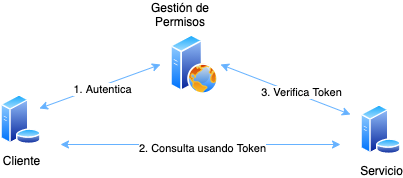
Before: keycloak-jwt.png, a diagram exported from draw.io (egobsv/keycloak). Source tidied: cells renumbered, new cells last; positions are measured from the earlier drawing's top-left corner, leaving out a move shared by most shapes. Its diagram source:
```xml
<mxGraphModel>
  <root>
    <mxCell id="0" />
    <mxCell id="1" parent="0" />
    <mxCell id="2" style="perimeter=ellipsePerimeter;html=1;align=center;shadow=0;dashed=0;spacingTop=3;image;image=img/lib/active_directory/web_server.svg;" parent="1" vertex="1">
      <mxGeometry x="170" y="30" width="48" height="60" as="geometry" />
    </mxCell>
    <mxCell id="3" value="Servicio" style="perimeter=ellipsePerimeter;html=1;align=center;shadow=0;dashed=0;spacingTop=3;image;image=img/lib/active_directory/database_server.svg;" parent="1" vertex="1">
      <mxGeometry x="360" y="100" width="41" height="50" as="geometry" />
    </mxCell>
    <mxCell id="4" value="Cliente" style="perimeter=ellipsePerimeter;html=1;align=center;shadow=0;dashed=0;spacingTop=3;image;image=img/lib/active_directory/database_server.svg;" parent="1" vertex="1">
      <mxGeometry y="90" width="41" height="50" as="geometry" />
    </mxCell>
    <mxCell id="5" style="endArrow=classic;html=1;strokeColor=#66B2FF;exitX=1;exitY=0.25;exitDx=0;exitDy=0;startArrow=classic;startFill=1;" parent="1" edge="1" source="4">
      <mxGeometry relative="1" as="geometry">
        <mxPoint x="160" y="60" as="targetPoint" />
      </mxGeometry>
    </mxCell>
    <mxCell id="6" value="1. Autentica" style="edgeLabel;html=1;align=center;verticalAlign=middle;" parent="5" vertex="1">
      <mxGeometry x="0.01" y="-3" relative="1" as="geometry" />
    </mxCell>
    <mxCell id="7" style="endArrow=classic;html=1;strokeColor=#66B2FF;startArrow=classic;startFill=1;" parent="1" edge="1">
      <mxGeometry relative="1" as="geometry">
        <mxPoint x="350" y="110" as="sourcePoint" />
        <mxPoint x="220" y="60" as="targetPoint" />
      </mxGeometry>
    </mxCell>
    <mxCell id="8" value="3. Verifica Token" style="edgeLabel;html=1;align=center;verticalAlign=middle;" parent="7" vertex="1">
      <mxGeometry x="-0.22" y="-3" relative="1" as="geometry" />
    </mxCell>
    <mxCell id="9" style="endArrow=classic;html=1;strokeColor=#66B2FF;startArrow=classic;startFill=1;" parent="1" edge="1">
      <mxGeometry relative="1" as="geometry">
        <mxPoint x="60" y="140" as="sourcePoint" />
        <mxPoint x="340" y="140" as="targetPoint" />
      </mxGeometry>
    </mxCell>
    <mxCell id="10" value="2. Consulta usando Token" style="edgeLabel;html=1;align=center;verticalAlign=middle;" parent="9" vertex="1">
      <mxGeometry x="0.01" y="-3" relative="1" as="geometry" />
    </mxCell>
    <mxCell id="11" value="&lt;span style=&quot;background-color: rgb(255 , 255 , 255)&quot;&gt;Gestión de Permisos&lt;/span&gt;" style="text;html=1;strokeColor=none;fillColor=none;align=center;verticalAlign=middle;whiteSpace=wrap;rounded=0;" parent="1" vertex="1">
      <mxGeometry x="140" width="80" height="20" as="geometry" />
    </mxCell>
  </root>
</mxGraphModel>
```
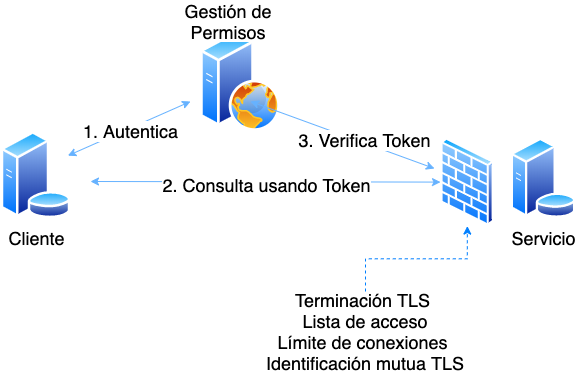
The same file after the commit.

Change to the diagram source:
```diff
@@ -3,42 +3,49 @@
     <mxCell id="0" />
     <mxCell id="1" parent="0" />
     <mxCell id="2" style="perimeter=ellipsePerimeter;html=1;align=center;shadow=0;dashed=0;spacingTop=3;image;image=img/lib/active_directory/web_server.svg;" parent="1" vertex="1">
-      <mxGeometry x="170" y="30" width="48" height="60" as="geometry" />
+      <mxGeometry x="170" y="-10" width="80" height="100" as="geometry" />
     </mxCell>
-    <mxCell id="3" value="Servicio" style="perimeter=ellipsePerimeter;html=1;align=center;shadow=0;dashed=0;spacingTop=3;image;image=img/lib/active_directory/database_server.svg;" parent="1" vertex="1">
-      <mxGeometry x="360" y="100" width="41" height="50" as="geometry" />
+    <mxCell id="3" value="&lt;font style=&quot;font-size: 18px&quot;&gt;Servicio&lt;/font&gt;" style="perimeter=ellipsePerimeter;html=1;align=center;shadow=0;dashed=0;spacingTop=3;image;image=img/lib/active_directory/database_server.svg;" parent="1" vertex="1">
+      <mxGeometry x="480" y="96.6" width="65.6" height="80" as="geometry" />
     </mxCell>
-    <mxCell id="4" value="Cliente" style="perimeter=ellipsePerimeter;html=1;align=center;shadow=0;dashed=0;spacingTop=3;image;image=img/lib/active_directory/database_server.svg;" parent="1" vertex="1">
-      <mxGeometry y="90" width="41" height="50" as="geometry" />
+    <mxCell id="4" value="&lt;font style=&quot;font-size: 18px&quot;&gt;Cliente&lt;/font&gt;" style="perimeter=ellipsePerimeter;html=1;align=center;shadow=0;dashed=0;spacingTop=3;image;image=img/lib/active_directory/database_server.svg;" parent="1" vertex="1">
+      <mxGeometry x="-30" y="90" width="71" height="86.6" as="geometry" />
     </mxCell>
     <mxCell id="5" style="endArrow=classic;html=1;strokeColor=#66B2FF;exitX=1;exitY=0.25;exitDx=0;exitDy=0;startArrow=classic;startFill=1;" parent="1" edge="1" source="4">
       <mxGeometry relative="1" as="geometry">
         <mxPoint x="160" y="60" as="targetPoint" />
       </mxGeometry>
     </mxCell>
-    <mxCell id="6" value="1. Autentica" style="edgeLabel;html=1;align=center;verticalAlign=middle;" parent="5" vertex="1">
+    <mxCell id="6" value="&lt;font style=&quot;font-size: 18px&quot;&gt;1. Autentica&lt;/font&gt;" style="edgeLabel;html=1;align=center;verticalAlign=middle;" parent="5" vertex="1">
       <mxGeometry x="0.01" y="-3" relative="1" as="geometry" />
     </mxCell>
-    <mxCell id="7" style="endArrow=classic;html=1;strokeColor=#66B2FF;startArrow=classic;startFill=1;" parent="1" edge="1">
+    <mxCell id="7" style="endArrow=classic;html=1;strokeColor=#66B2FF;startArrow=classic;startFill=1;exitX=-0.112;exitY=0.346;exitDx=0;exitDy=0;exitPerimeter=0;" parent="1" edge="1" source="12">
       <mxGeometry relative="1" as="geometry">
-        <mxPoint x="350" y="110" as="sourcePoint" />
         <mxPoint x="220" y="60" as="targetPoint" />
       </mxGeometry>
     </mxCell>
-    <mxCell id="8" value="3. Verifica Token" style="edgeLabel;html=1;align=center;verticalAlign=middle;" parent="7" vertex="1">
+    <mxCell id="8" value="&lt;font style=&quot;font-size: 18px&quot;&gt;3. Verifica Token&lt;/font&gt;" style="edgeLabel;html=1;align=center;verticalAlign=middle;" parent="7" vertex="1">
       <mxGeometry x="-0.22" y="-3" relative="1" as="geometry" />
     </mxCell>
-    <mxCell id="9" style="endArrow=classic;html=1;strokeColor=#66B2FF;startArrow=classic;startFill=1;" parent="1" edge="1">
+    <mxCell id="9" style="endArrow=classic;html=1;strokeColor=#66B2FF;startArrow=classic;startFill=1;entryX=0;entryY=0.5;entryDx=0;entryDy=0;" parent="1" edge="1" target="12">
       <mxGeometry relative="1" as="geometry">
         <mxPoint x="60" y="140" as="sourcePoint" />
-        <mxPoint x="340" y="140" as="targetPoint" />
       </mxGeometry>
     </mxCell>
-    <mxCell id="10" value="2. Consulta usando Token" style="edgeLabel;html=1;align=center;verticalAlign=middle;" parent="9" vertex="1">
+    <mxCell id="10" value="&lt;font style=&quot;font-size: 18px&quot;&gt;2. Consulta usando Token&lt;/font&gt;" style="edgeLabel;html=1;align=center;verticalAlign=middle;" parent="9" vertex="1">
       <mxGeometry x="0.01" y="-3" relative="1" as="geometry" />
     </mxCell>
-    <mxCell id="11" value="&lt;span style=&quot;background-color: rgb(255 , 255 , 255)&quot;&gt;Gestión de Permisos&lt;/span&gt;" style="text;html=1;strokeColor=none;fillColor=none;align=center;verticalAlign=middle;whiteSpace=wrap;rounded=0;" parent="1" vertex="1">
-      <mxGeometry x="140" width="80" height="20" as="geometry" />
+    <mxCell id="11" value="&lt;span style=&quot;background-color: rgb(255 , 255 , 255)&quot;&gt;&lt;font style=&quot;font-size: 18px&quot;&gt;Gestión de Permisos&lt;/font&gt;&lt;/span&gt;" style="text;html=1;strokeColor=none;fillColor=none;align=center;verticalAlign=middle;whiteSpace=wrap;rounded=0;" parent="1" vertex="1">
+      <mxGeometry x="120" y="-30" width="156" height="20" as="geometry" />
     </mxCell>
+    <mxCell id="12" style="perimeter=ellipsePerimeter;html=1;align=center;shadow=0;dashed=0;spacingTop=3;image;image=img/lib/active_directory/firewall.svg;" parent="1" vertex="1">
+      <mxGeometry x="410" y="96.6" width="53.7" height="88" as="geometry" />
+    </mxCell>
+    <mxCell id="13" style="edgeStyle=orthogonalEdgeStyle;rounded=0;jettySize=auto;html=1;entryX=0.5;entryY=1;entryDx=0;entryDy=0;dashed=1;strokeColor=#007FFF;" parent="1" edge="1" source="14" target="12">
+      <mxGeometry relative="1" as="geometry" />
+    </mxCell>
+    <mxCell id="14" value="&lt;span style=&quot;font-size: 18px&quot;&gt;Terminación TLS&amp;nbsp;&lt;br&gt;Lista de acceso&lt;br&gt;Límite de conexiones&amp;nbsp;&lt;br&gt;Identificación mutua TLS&lt;br&gt;&lt;/span&gt;" style="text;html=1;strokeColor=none;fillColor=none;align=center;verticalAlign=middle;whiteSpace=wrap;rounded=0;" parent="1" vertex="1">
+      <mxGeometry x="210" y="250" width="250" height="80" as="geometry" />
+    </mxCell>
   </root>
 </mxGraphModel>
```
